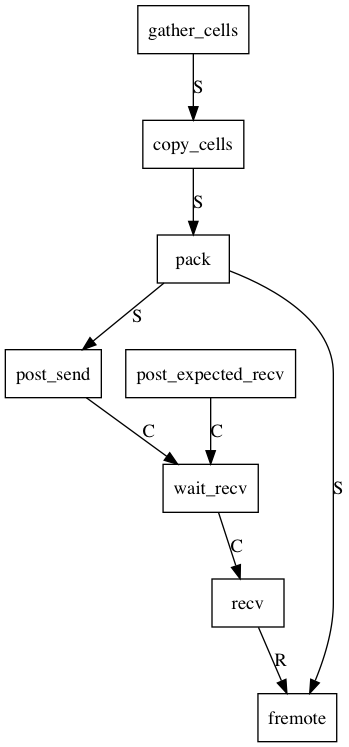
This is doc/remote/graphviz/deps.png from uDeviceX/uDeviceX, a Graphviz export, as it was before one commit. Its source is kept beside it as doc/remote/graphviz/deps.gv.
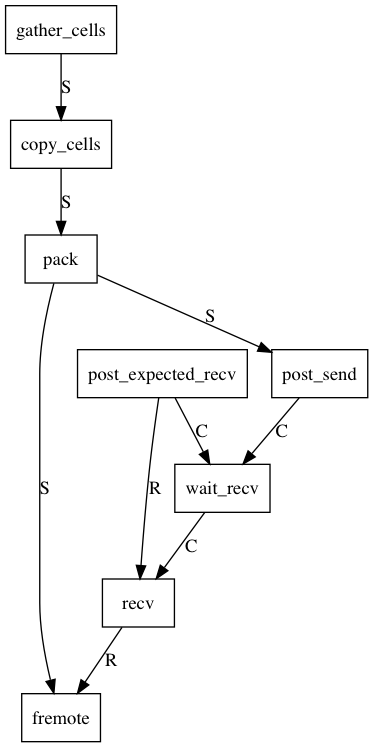
The same file after the commit.

The edit, as a diff of the source:
```diff
@@ -6,5 +6,6 @@
 		recv->fremote [label="R"];
 		pack->fremote [label="S"];
 		post_expected_recv->wait_recv [label="C"];
+		post_expected_recv->recv [label="R"];
 	}
 }
```
